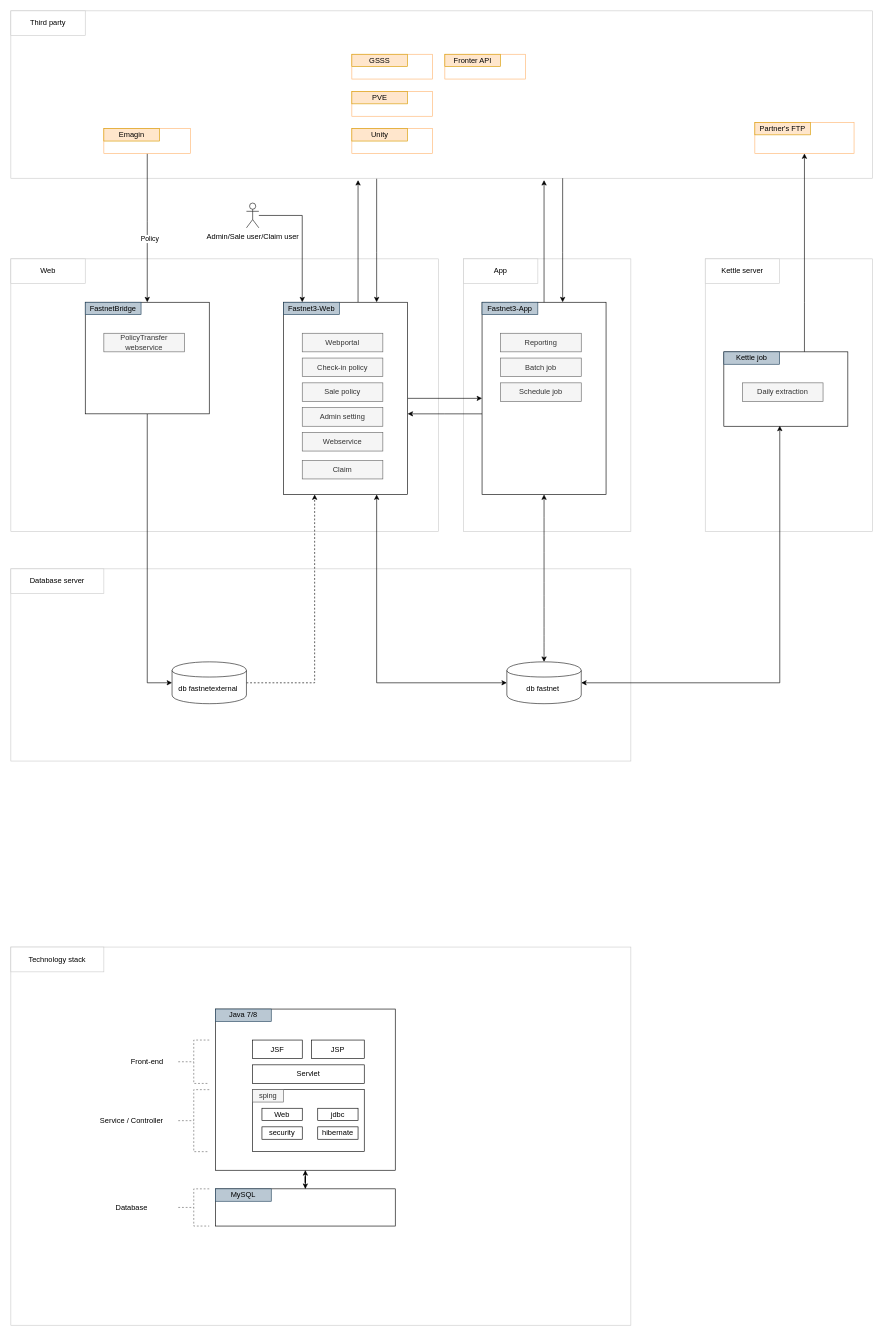
Earlier version of the draw.io diagram FN3-overview.drawio (phatcharalaw/my-doc). Source tidied: cells renumbered, new cells numbered last; positions are measured from the earlier drawing's top-left corner, leaving out a move shared by most shapes. Both pictures are drawn from the tidied source at 62%, with x=0, y=0 at pixel (11, 11).
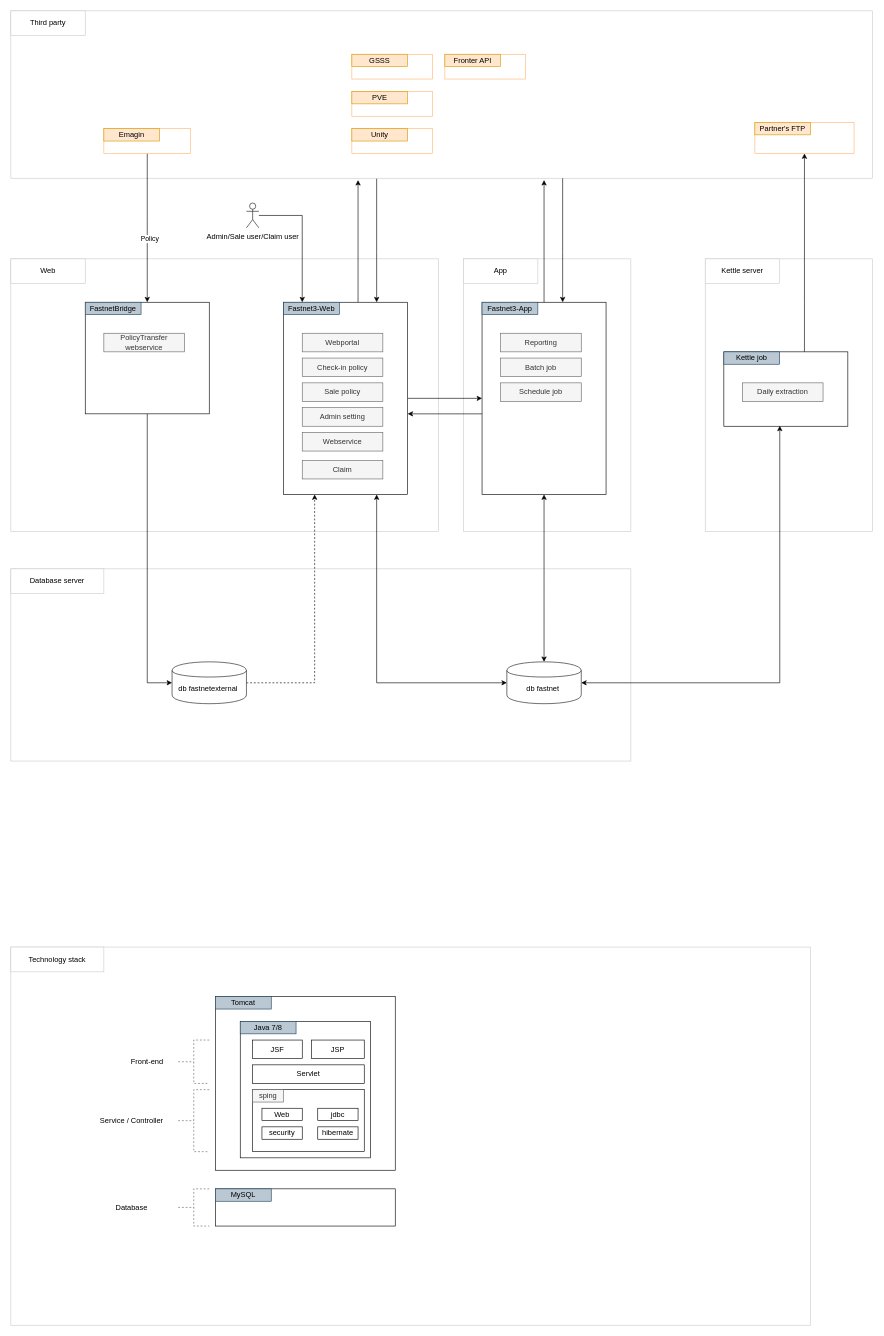
The same page after the edit.

The change refers to these unchanged cells:
```xml
<mxCell id="80" style="rounded=0;whiteSpace=wrap;html=1;" parent="1" vertex="1">
  <mxGeometry x="330" y="1900" width="290" height="60" as="geometry" />
</mxCell>
```

Change to the diagram source:
```diff
@@
+    <mxCell id="65" style="rounded=0;whiteSpace=wrap;html=1;strokeColor=#CCCCCC;" parent="1" vertex="1">
+      <mxGeometry y="1510" width="1290" height="610" as="geometry" />
+    </mxCell>
+    <mxCell id="90" style="rounded=0;whiteSpace=wrap;html=1;fillColor=none;" parent="1" vertex="1">
+      <mxGeometry x="330" y="1590" width="290" height="280" as="geometry" />
+    </mxCell>
@@
-    <mxCell id="65" style="rounded=0;whiteSpace=wrap;html=1;strokeColor=#CCCCCC;" parent="1" vertex="1">
-      <mxGeometry y="1510" width="1000" height="610" as="geometry" />
-    </mxCell>
@@
-    <mxCell id="67" style="edgeStyle=orthogonalEdgeStyle;rounded=0;jettySize=auto;html=1;entryX=0.5;entryY=0;entryDx=0;entryDy=0;" parent="1" edge="1" source="68" target="80">
-      <mxGeometry relative="1" as="geometry" />
-    </mxCell>
     <mxCell id="68" style="rounded=0;whiteSpace=wrap;html=1;" parent="1" vertex="1">
-      <mxGeometry x="330" y="1610" width="290" height="260" as="geometry" />
+      <mxGeometry x="370" y="1630" width="210" height="220" as="geometry" />
     </mxCell>
     <mxCell id="69" value="Java 7/8" style="rounded=0;whiteSpace=wrap;html=1;fillColor=#bac8d3;strokeColor=#23445d;" parent="1" vertex="1">
-      <mxGeometry x="330" y="1610" width="90" height="20" as="geometry" />
+      <mxGeometry x="370" y="1630" width="90" height="20" as="geometry" />
     </mxCell>
@@
-    <mxCell id="79" style="edgeStyle=orthogonalEdgeStyle;rounded=0;jettySize=auto;html=1;" parent="1" edge="1" source="80" target="68">
-      <mxGeometry relative="1" as="geometry" />
-    </mxCell>
@@
+    <mxCell id="91" value="Tomcat" style="rounded=0;whiteSpace=wrap;html=1;fillColor=#bac8d3;strokeColor=#23445d;" parent="1" vertex="1">
+      <mxGeometry x="330" y="1590" width="90" height="20" as="geometry" />
+    </mxCell>
```
